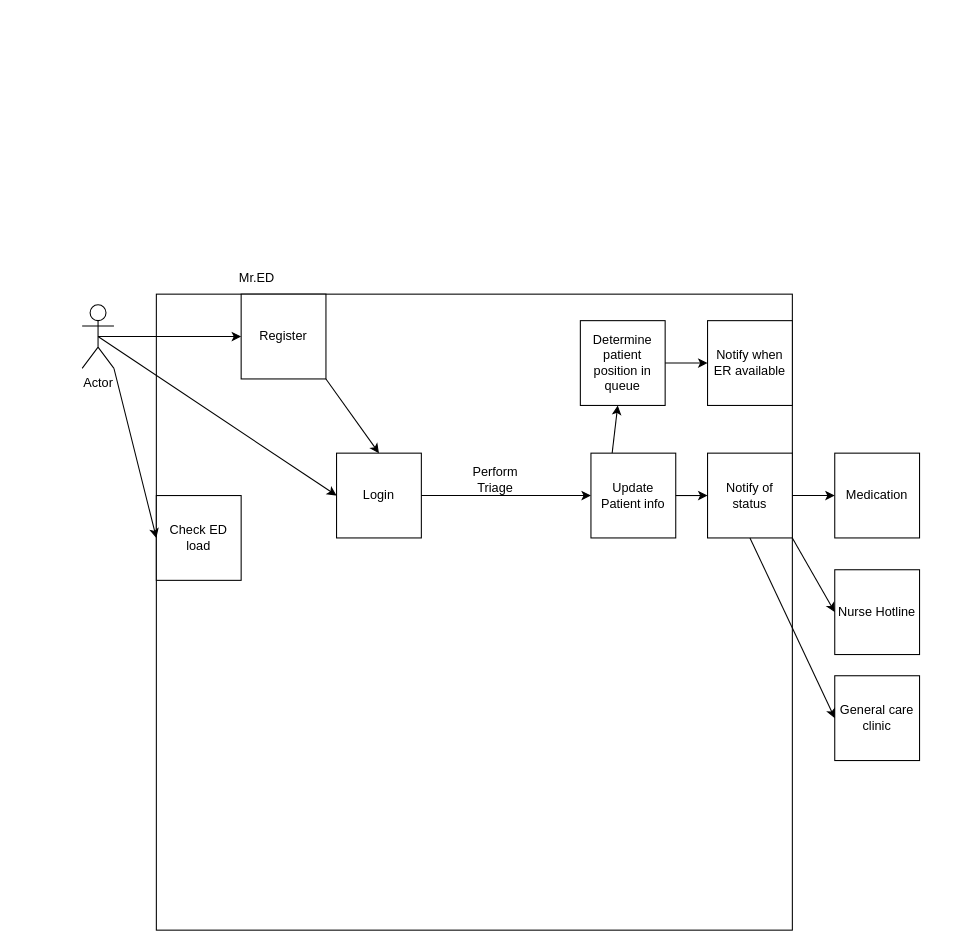
This is Roadmap.drawio from uvic-teach/project-m1-team8, a draw.io file, before an edit. Source tidied: cells renumbered, new cells numbered last; positions are measured from the earlier drawing's top-left corner, leaving out a move shared by most shapes. Both pictures are drawn from the tidied source at 106%, with x=0, y=0 at pixel (82, 262).
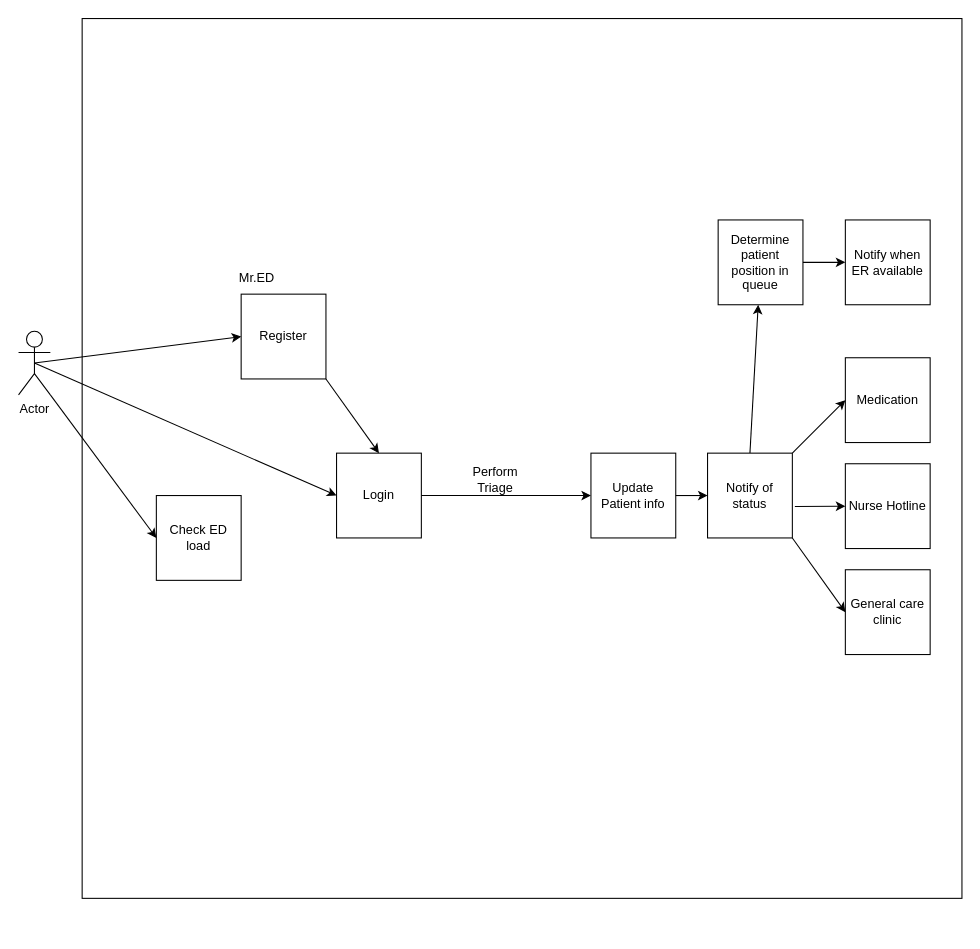
The same diagram, later.

The change refers to these unchanged cells:
```xml
<mxCell id="18" value="Update Patient info" style="whiteSpace=wrap;html=1;" parent="1" vertex="1">
  <mxGeometry x="480" y="180" width="80" height="80" as="geometry" />
</mxCell>
<mxCell id="22" value="Notify of status" style="whiteSpace=wrap;html=1;" parent="1" vertex="1">
  <mxGeometry x="590" y="180" width="80" height="80" as="geometry" />
</mxCell>
```

The edit, as a diff of the source:
```diff
@@
+    <mxCell id="3" style="whiteSpace=wrap;html=1;" parent="1" vertex="1">
+      <mxGeometry y="-230" width="830" height="830" as="geometry" />
+    </mxCell>
     <mxCell id="2" value="Actor" style="shape=umlActor;verticalLabelPosition=bottom;verticalAlign=top;html=1;outlineConnect=0;" parent="1" vertex="1">
-      <mxGeometry y="40" width="30" height="60" as="geometry" />
+      <mxGeometry x="-60" y="65" width="30" height="60" as="geometry" />
     </mxCell>
-    <mxCell id="3" style="whiteSpace=wrap;html=1;" parent="1" vertex="1">
-      <mxGeometry x="70" y="30" width="600" height="600" as="geometry" />
-    </mxCell>
@@
     <mxCell id="12" value="Notify when ER available" style="whiteSpace=wrap;html=1;" parent="1" vertex="1">
-      <mxGeometry x="590" y="55" width="80" height="80" as="geometry" />
+      <mxGeometry x="720" y="-40" width="80" height="80" as="geometry" />
     </mxCell>
     <mxCell id="13" value="Medication" style="whiteSpace=wrap;html=1;" parent="1" vertex="1">
-      <mxGeometry x="710" y="180" width="80" height="80" as="geometry" />
+      <mxGeometry x="720" y="90" width="80" height="80" as="geometry" />
     </mxCell>
     <mxCell id="14" value="Nurse Hotline" style="whiteSpace=wrap;html=1;" parent="1" vertex="1">
-      <mxGeometry x="710" y="290" width="80" height="80" as="geometry" />
+      <mxGeometry x="720" y="190" width="80" height="80" as="geometry" />
     </mxCell>
-    <mxCell id="15" style="endArrow=classic;html=1;rounded=0;exitX=0.25;exitY=0;exitDx=0;exitDy=0;" parent="1" edge="1" source="18" target="16">
+    <mxCell id="15" style="endArrow=classic;html=1;rounded=0;exitX=0.5;exitY=0;exitDx=0;exitDy=0;" parent="1" edge="1" source="22" target="16">
       <mxGeometry relative="1" as="geometry" />
     </mxCell>
     <mxCell id="16" value="Determine patient position in queue" style="whiteSpace=wrap;html=1;" parent="1" vertex="1">
-      <mxGeometry x="470" y="55" width="80" height="80" as="geometry" />
+      <mxGeometry x="600" y="-40" width="80" height="80" as="geometry" />
     </mxCell>
@@
     <mxCell id="21" value="General care clinic" style="whiteSpace=wrap;html=1;" parent="1" vertex="1">
-      <mxGeometry x="710" y="390" width="80" height="80" as="geometry" />
+      <mxGeometry x="720" y="290" width="80" height="80" as="geometry" />
     </mxCell>
@@
-    <mxCell id="24" style="endArrow=classic;html=1;rounded=0;entryX=0;entryY=0.5;entryDx=0;entryDy=0;exitX=1;exitY=1;exitDx=0;exitDy=0;" parent="1" edge="1" source="22" target="14">
+    <mxCell id="24" style="endArrow=classic;html=1;rounded=0;entryX=0;entryY=0.5;entryDx=0;entryDy=0;exitX=1.03;exitY=0.63;exitDx=0;exitDy=0;exitPerimeter=0;" parent="1" edge="1" source="22" target="14">
       <mxGeometry relative="1" as="geometry" />
     </mxCell>
-    <mxCell id="25" style="endArrow=classic;html=1;rounded=0;entryX=0;entryY=0.5;entryDx=0;entryDy=0;exitX=1;exitY=0.5;exitDx=0;exitDy=0;" parent="1" edge="1" source="22" target="13">
+    <mxCell id="25" style="endArrow=classic;html=1;rounded=0;entryX=0;entryY=0.5;entryDx=0;entryDy=0;exitX=1;exitY=0;exitDx=0;exitDy=0;" parent="1" edge="1" source="22" target="13">
       <mxGeometry relative="1" as="geometry" />
     </mxCell>
-    <mxCell id="26" style="endArrow=classic;html=1;rounded=0;entryX=0;entryY=0.5;entryDx=0;entryDy=0;exitX=0.5;exitY=1;exitDx=0;exitDy=0;" parent="1" edge="1" source="22" target="21">
+    <mxCell id="26" style="endArrow=classic;html=1;rounded=0;entryX=0;entryY=0.5;entryDx=0;entryDy=0;exitX=1;exitY=1;exitDx=0;exitDy=0;" parent="1" edge="1" source="22" target="21">
       <mxGeometry relative="1" as="geometry" />
     </mxCell>
```
